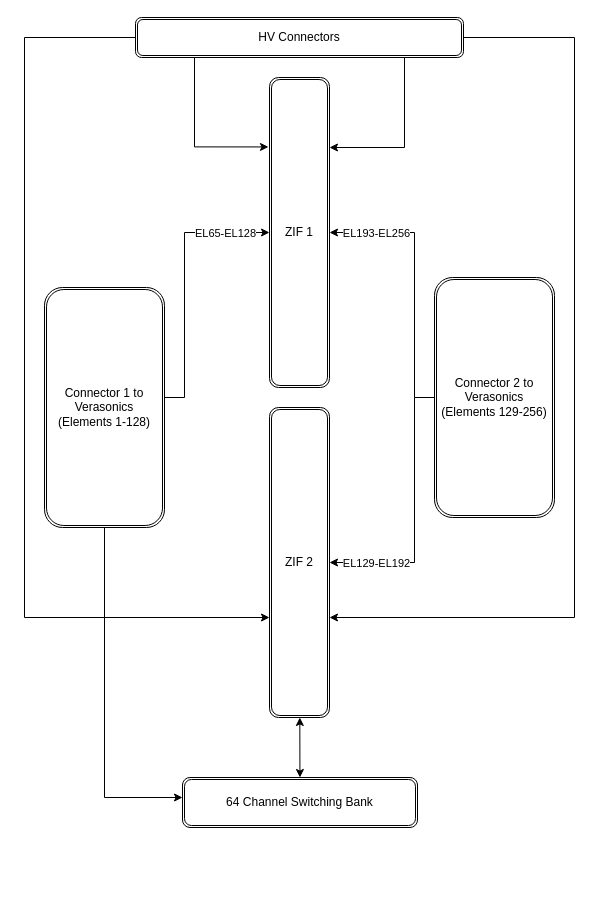
Earlier version of the draw.io diagram page "SwitchingConnectorBoard" (2 of 3) of ConnectorBoardWithSwitching.drawio (sasakamoo/drawio). Source tidied: cells renumbered, new cells numbered last; positions are measured from the earlier drawing's top-left corner, leaving out a move shared by most shapes. Both pictures are drawn from the tidied source at 100%, with x=0, y=0 at pixel (24, 17).
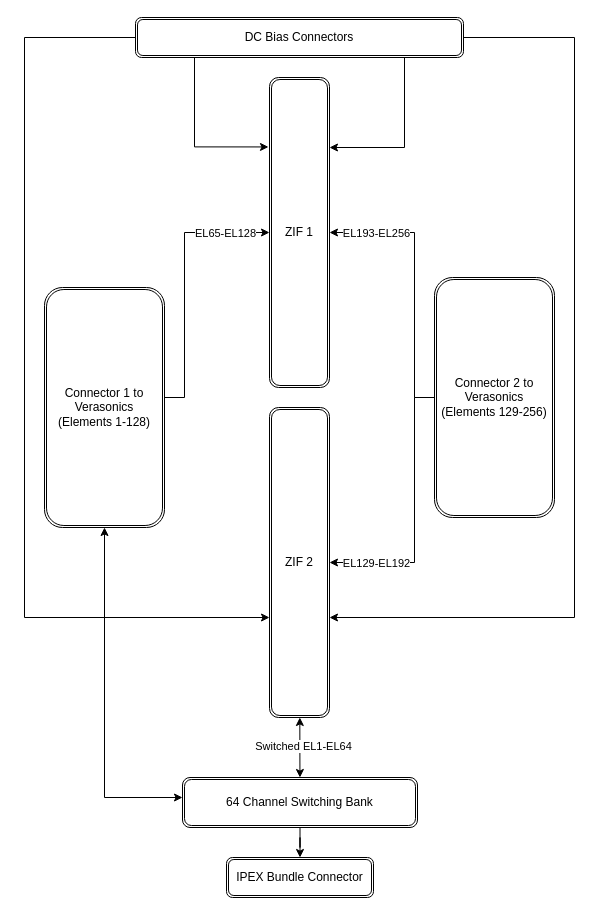
The same page after the edit.

The change refers to these unchanged cells:
```xml
<mxCell id="5" value="Connector 1 to Verasonics (Elements 1-128)" style="shape=ext;double=1;rounded=1;whiteSpace=wrap;html=1;" parent="1" vertex="1">
  <mxGeometry x="20" y="270" width="120" height="240" as="geometry" />
</mxCell>
<mxCell id="18" value="64 Channel Switching Bank" style="shape=ext;double=1;rounded=1;whiteSpace=wrap;html=1;" parent="1" vertex="1">
  <mxGeometry x="158" y="760" width="235" height="50" as="geometry" />
</mxCell>
<mxCell id="19" style="endArrow=classic;startArrow=classic;html=1;rounded=0;" parent="1" edge="1" source="18" target="12">
  <mxGeometry relative="1" as="geometry" />
</mxCell>
```

The edit, as a diff of the source:
```diff
@@
-    <mxCell id="4" style="edgeStyle=orthogonalEdgeStyle;rounded=0;jettySize=auto;html=1;" parent="1" edge="1" source="5" target="18">
+    <mxCell id="4" style="edgeStyle=orthogonalEdgeStyle;rounded=0;jettySize=auto;html=1;startArrow=classic;startFill=1;" parent="1" edge="1" source="5" target="18">
       <mxGeometry relative="1" as="geometry">
         <Array as="points">
           <mxPoint x="80" y="780" />
         </Array>
       </mxGeometry>
     </mxCell>
@@
-    <mxCell id="17" value="HV Connectors" style="shape=ext;double=1;rounded=1;whiteSpace=wrap;html=1;" parent="1" vertex="1">
+    <mxCell id="17" value="DC Bias Connectors" style="shape=ext;double=1;rounded=1;whiteSpace=wrap;html=1;" parent="1" vertex="1">
       <mxGeometry x="111" width="328" height="40" as="geometry" />
     </mxCell>
+    <mxCell id="20" style="edgeStyle=orthogonalEdgeStyle;rounded=0;jettySize=auto;html=1;" parent="1" edge="1" source="18" target="22">
+      <mxGeometry relative="1" as="geometry" />
+    </mxCell>
@@
+    <mxCell id="21" value="Switched EL1-EL64" style="edgeLabel;html=1;align=center;verticalAlign=middle;" parent="19" vertex="1">
+      <mxGeometry x="0.03" y="-3" relative="1" as="geometry" />
+    </mxCell>
+    <mxCell id="22" value="IPEX Bundle Connector" style="shape=ext;double=1;rounded=1;whiteSpace=wrap;html=1;" parent="1" vertex="1">
+      <mxGeometry x="202" y="840" width="147" height="40" as="geometry" />
+    </mxCell>
```
